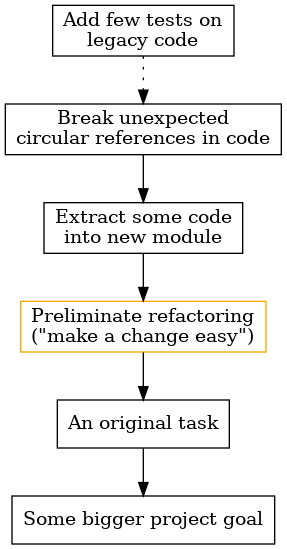
Earlier version of the Graphviz export images/fractals-vs-lists/t6.png (ahitrin/ahitrin.github.com). Its source is kept beside it as src/fractals-vs-lists/t6.dot.
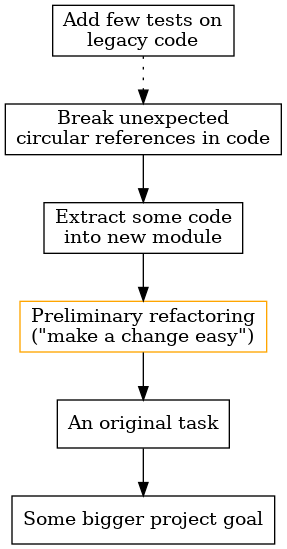
Above is the later version.

Diff of the diagram source:
```diff
@@ -5,7 +5,7 @@
 others [label="Some bigger project goal"];
 0 [label="An original task"];
 
-2 [label="Preliminate refactoring
+2 [label="Preliminary refactoring
 (&quot;make a change easy&quot;)", color=orange];
 
 6 [label="Extract some code
```
